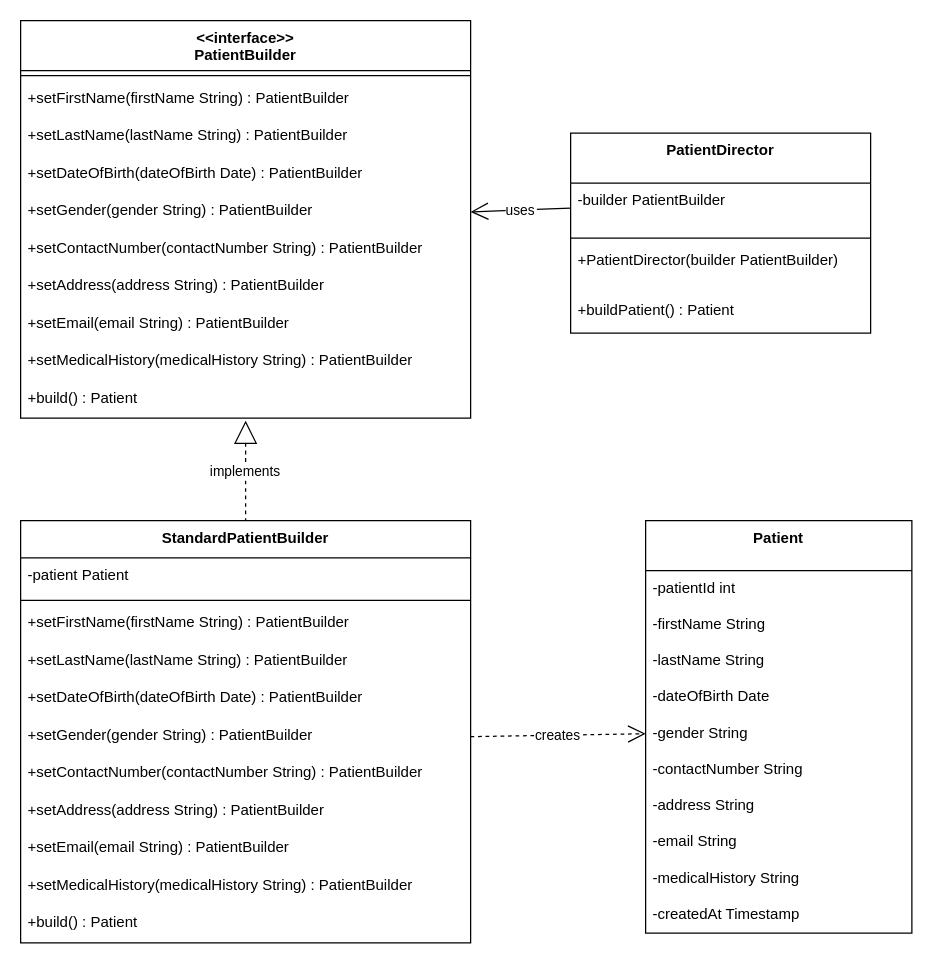
This is uml/Builder.drawio from TAAgnes3110/DesignPatterns, a draw.io file, before an edit. Source tidied: cells renumbered, new cells numbered last; positions are measured from the earlier drawing's top-left corner, leaving out a move shared by most shapes. Both pictures are drawn from the tidied source at 125%, with x=0, y=0 at pixel (20, 20).
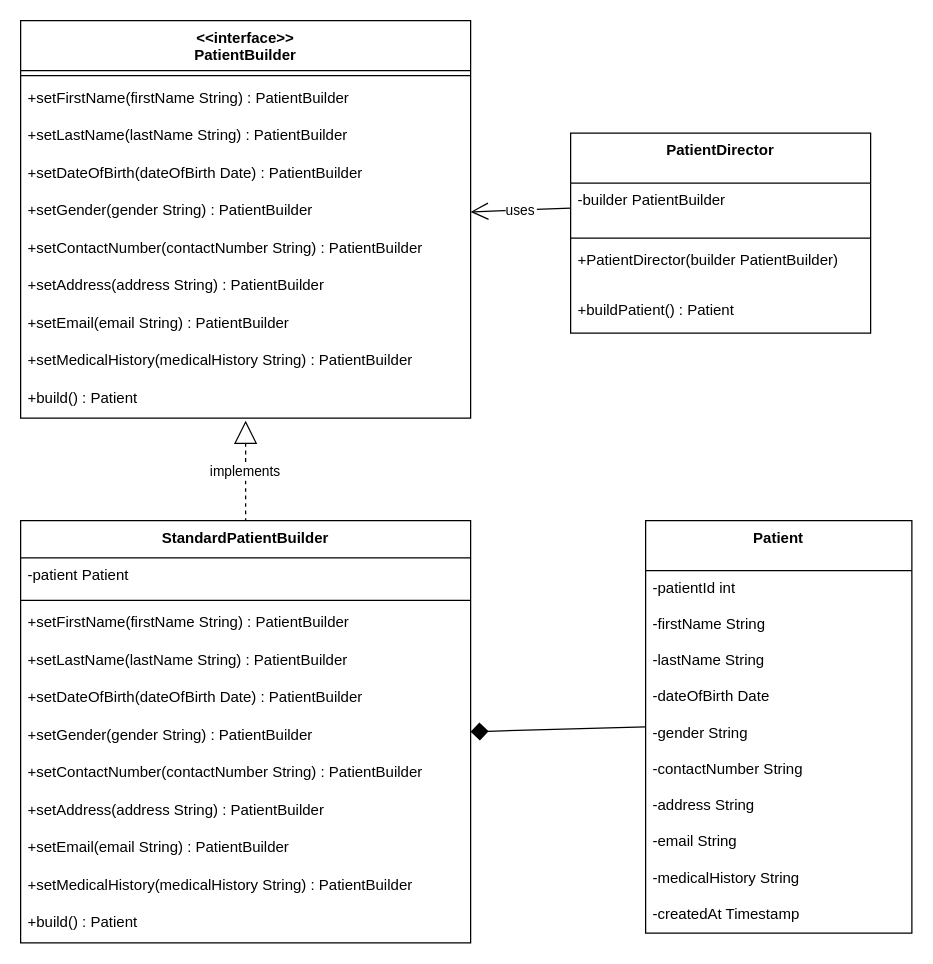
The same diagram, later.

The change refers to these unchanged cells:
```xml
<mxCell id="2" value="Patient" style="swimlane;fontStyle=1;align=center;verticalAlign=top;horizontal=1;startSize=40;" parent="1" vertex="1">
  <mxGeometry x="500" y="400" width="213" height="330" as="geometry" />
</mxCell>
<mxCell id="7" value="-gender String" style="text;strokeColor=none;fillColor=none;align=left;verticalAlign=top;spacingLeft=4;spacingRight=4;overflow=hidden;points=[[0,0.5],[1,0.5]];portConstraint=eastwest;" parent="2" vertex="1">
  <mxGeometry y="156" width="213" height="29" as="geometry" />
</mxCell>
<mxCell id="24" value="StandardPatientBuilder" style="swimlane;fontStyle=1;align=center;verticalAlign=top;horizontal=1;startSize=29.818181818181817;" parent="1" vertex="1">
  <mxGeometry y="400" width="360" height="337.8" as="geometry" />
</mxCell>
<mxCell id="30" value="+setGender(gender String) : PatientBuilder" style="text;strokeColor=none;fillColor=none;align=left;verticalAlign=top;spacingLeft=4;spacingRight=4;overflow=hidden;points=[[0,0.5],[1,0.5]];portConstraint=eastwest;" parent="24" vertex="1">
  <mxGeometry y="157.8" width="360" height="30" as="geometry" />
</mxCell>
```

The edit, as a diff of the source:
```diff
@@
-    <mxCell id="43" value="creates" style="curved=1;dashed=1;startArrow=none;endArrow=open;endSize=12;exitX=1;exitY=0.5;entryX=0;entryY=0.5;rounded=0;exitDx=0;exitDy=0;entryDx=0;entryDy=0;" parent="1" edge="1" source="30" target="7">
-      <mxGeometry relative="1" as="geometry" />
-    </mxCell>
+    <mxCell id="44" style="startArrow=diamond;startSize=12;startFill=1;endArrow=none;exitX=1;exitY=0.5;entryX=0;entryY=0.5;rounded=0;exitDx=0;exitDy=0;entryDx=0;entryDy=0;" parent="1" edge="1" source="24" target="2">
+      <mxGeometry relative="1" as="geometry" />
+    </mxCell>
```
